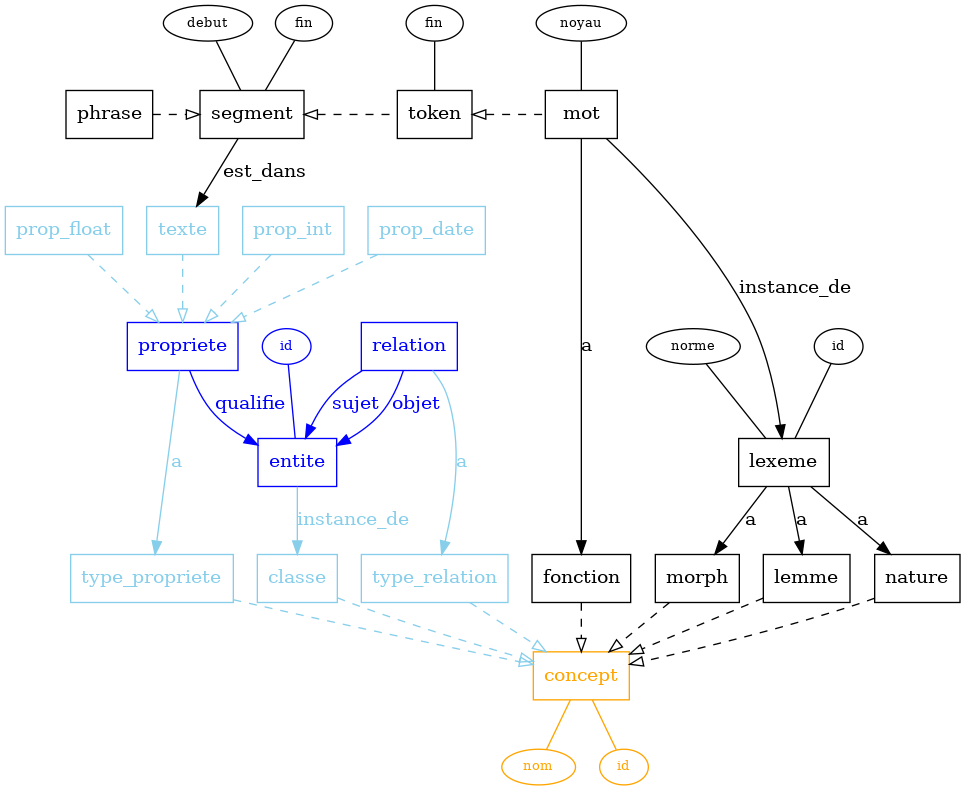
Above: diagram/diagram.dot.png in thjbdvlt/litteralement (Graphviz), before the change. Its source is kept beside it as diagram/diagram.dot.
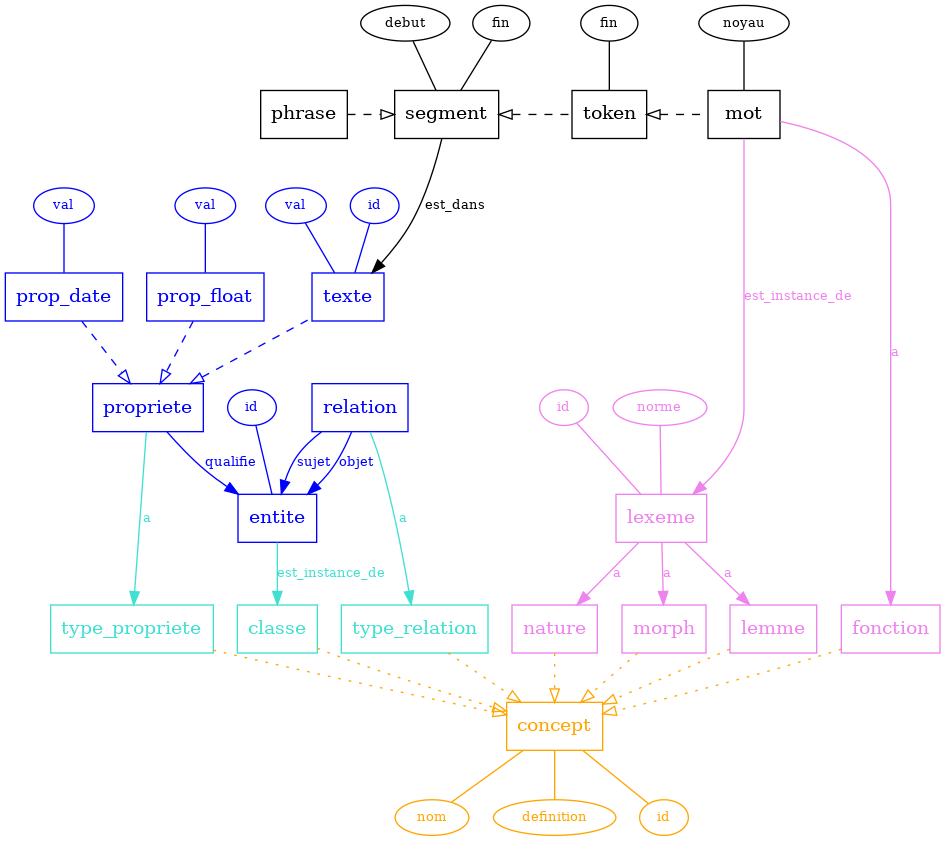
Later version of the same file.

Commit message:
fini diagramme, mis dans readme

Change to the diagram source:
```diff
@@ -1,17 +1,18 @@
 digraph {
     {rank=same; classe; type_relation; type_propriete; nature; fonction; morph}
     {rank=same; segment;token; phrase; mot}
-    {rank=same; texte; prop_int; prop_date; prop_float}
+    {rank=same; texte; prop_date; prop_float}
+    {rank=same; texte_val; prop_date_val; prop_float_val}
 
     concept [color=orange fontcolor=orange shape=box]
-    type_propriete [shape=box color=skyblue fontcolor=skyblue]
-    type_relation [shape=box color=skyblue fontcolor=skyblue]
-    classe [shape=box color=skyblue fontcolor=skyblue]
+    type_propriete [shape=box color=turquoise fontcolor=turquoise]
+    type_relation [shape=box color=turquoise fontcolor=turquoise]
+    classe [shape=box color=turquoise fontcolor=turquoise]
 
-    fonction [shape=box color=black fontcolor=black]
-    nature [shape=box color=black fontcolor=black]
-    morph [shape=box color=black fontcolor=black]
-    lemme [shape=box color=black fontcolor=black]
+    fonction [shape=box color=violet fontcolor=violet]
+    nature [shape=box color=violet fontcolor=violet]
+    morph [shape=box color=violet fontcolor=violet]
+    lemme [shape=box color=violet fontcolor=violet]
 
     entite [shape=box color=blue fontcolor=blue]
     propriete [shape=box color=blue fontcolor=blue]
@@ -22,48 +23,47 @@
     segment [shape=box color=black fontcolor=black]
     phrase [shape=box color=black fontcolor=black]
 
-    texte [shape=box color=skyblue fontcolor=skyblue]
-    prop_int [shape=box color=skyblue fontcolor=skyblue]
-    prop_float [shape=box color=skyblue fontcolor=skyblue]
-    prop_date [shape=box color=skyblue fontcolor=skyblue]
+    texte [shape=box color=blue fontcolor=blue]
+    prop_float [shape=box color=blue fontcolor=blue]
+    prop_date [shape=box color=blue fontcolor=blue]
 
-    lexeme [shape=box color=black fontcolor=black]
+    lexeme [shape=box color=violet fontcolor=violet]
 
+    type_relation -> concept [style=dotted arrowhead=empty color=orange]
+    type_propriete -> concept [style=dotted arrowhead=empty color=orange]
+    classe -> concept [style=dotted arrowhead=empty color=orange]
 
-    type_relation -> concept [style=dashed arrowhead=empty color=skyblue]
-    type_propriete -> concept [style=dashed arrowhead=empty color=skyblue]
-    classe -> concept [style=dashed arrowhead=empty color=skyblue]
+    nature -> concept [style=dotted arrowhead=empty color=orange]
+    fonction -> concept [style=dotted arrowhead=empty color=orange]
+    morph -> concept [style=dotted arrowhead=empty color=orange]
+    lemme -> concept [style=dotted arrowhead=empty color=orange]
 
-    nature -> concept [style=dashed arrowhead=empty color=black]
-    fonction -> concept [style=dashed arrowhead=empty color=black]
-    morph -> concept [style=dashed arrowhead=empty color=black]
-    lemme -> concept [style=dashed arrowhead=empty color=black]
+    relation -> entite [label=sujet color=blue fontcolor=blue fontsize=10]
+    relation -> entite [label=objet color=blue fontcolor=blue fontsize=10]
+    propriete -> entite [label=qualifie color=blue fontcolor=blue fontsize=10]
+    propriete -> texte [style=dashed dir=back arrowtail=empty color=blue]
 
-    relation -> entite [label=sujet color=blue fontcolor=blue]
-    relation -> entite [label=objet color=blue fontcolor=blue]
-    propriete -> entite [label=qualifie color=blue fontcolor=blue]
-    propriete -> texte [style=dashed dir=back arrowtail=empty color=skyblue]
-    entite -> classe [label=instance_de color=skyblue fontcolor=skyblue]
-    relation -> type_relation [label=a color=skyblue fontcolor=skyblue]
-    propriete -> type_propriete [label=a color=skyblue fontcolor=skyblue]
+    entite -> classe [label=est_instance_de color=turquoise fontcolor=turquoise fontsize=10]
+    relation -> type_relation [label=a color=turquoise fontcolor=turquoise fontsize=10]
+    propriete -> type_propriete [label=a color=turquoise fontcolor=turquoise fontsize=10]
 
-    segment -> texte [label=est_dans color=black fontcolor=black]
+    segment -> texte [label=est_dans color=black fontcolor=black fontsize=10]
 
     phrase -> segment [style=dashed arrowhead=empty color=black]
     segment -> token [style=dashed dir=back arrowtail=empty color=black]
     token -> mot [style=dashed dir=back arrowtail=empty color=black]
 
-    mot -> fonction [label=a color=black fontcolor=black]
-    lexeme -> nature [label=a color=black fontcolor=black]
-    lexeme -> morph [label=a color=black fontcolor=black]
-    lexeme -> lemme [label=a color=black fontcolor=black]
-    mot -> lexeme [label=instance_de color=black fontcolor=black]
+    mot -> fonction [label=a color=violet fontcolor=violet fontsize=10]
+    lexeme -> nature [label=a color=violet fontcolor=violet fontsize=10]
+    lexeme -> morph [label=a color=violet fontcolor=violet fontsize=10]
+    lexeme -> lemme [label=a color=violet fontcolor=violet fontsize=10]
+    mot -> lexeme [label=est_instance_de color=violet fontcolor=violet fontsize=10]
 
-    prop_int -> propriete [style=dashed arrowhead=empty color=skyblue]
-    prop_float -> propriete [style=dashed arrowhead=empty color=skyblue]
-    prop_date -> propriete [style=dashed arrowhead=empty color=skyblue]
+    prop_float -> propriete [style=dashed arrowhead=empty color=blue]
+    prop_date -> propriete [style=dashed arrowhead=empty color=blue]
 
     concept_nom [label=nom fontsize=10 width=0.2 height=0.2 color=orange fontcolor=orange]
+    concept_definition [label=definition fontsize=10 width=0.2 height=0.2 color=orange fontcolor=orange]
     concept_id [label=id fontsize=10 width=0.2 height=0.2 color=orange fontcolor=orange]
 
     entite_id [label=id fontsize=10 width=0.2 height=0.2 color=blue fontcolor=blue]
@@ -72,10 +72,12 @@
     segment_fin [label=fin fontsize=10 width=0.2 height=0.2 color=black fontcolor=black]
     token_num [label=fin fontsize=10 width=0.2 height=0.2 color=black fontcolor=black]
     mot_noyau [label=noyau fontsize=10 width=0.2 height=0.2 color=black fontcolor=black]
-    lexeme_id [label=id fontsize=10 width=0.2 height=0.2 color=black fontcolor=black]
-    lexeme_norme [label=norme fontsize=10 width=0.2 height=0.2 color=black fontcolor=black]
+
+    lexeme_id [label=id fontsize=10 width=0.2 height=0.2 color=violet fontcolor=violet]
+    lexeme_norme [label=norme fontsize=10 width=0.2 height=0.2 color=violet fontcolor=violet]
 
     concept -> concept_nom [dir=none color=orange]
+    concept -> concept_definition [dir=none color=orange]
     concept -> concept_id [dir=none color=orange]
 
     entite_id -> entite [dir=none color=blue]
@@ -84,7 +86,21 @@
     segment_debut -> segment [dir=none color=black]
     token_num -> token [dir=none color=black]
     mot_noyau -> mot [dir=none color=black]
-    lexeme_id -> lexeme [dir=none color=black]
-    lexeme_norme -> lexeme [dir=none color=black]
+
+    lexeme_id -> lexeme [dir=none color=violet]
+    lexeme_norme -> lexeme [dir=none color=violet]
+
+    prop_float_val [label=val width=0.2 height=0.2 fontsize=10 color=blue fontcolor=blue]
+    prop_date_val [label=val width=0.2 height=0.2 fontsize=10 color=blue fontcolor=blue]
+    texte_val [label=val width=0.2 height=0.2 fontsize=10 color=blue fontcolor=blue]
+    texte_id [label=id width=0.2 height=0.2 fontsize=10 color=blue fontcolor=blue]
+
+    prop_float_val -> prop_float [color=blue dir=none]
+    prop_date_val -> prop_date [color=blue dir=none]
+    texte_val -> texte [color=blue dir=none]
+    texte_id -> texte [color=blue dir=none]
+
+    segment -> texte_val [color=none]
+    prop_float -> texte [color=none]
 
 }
```
